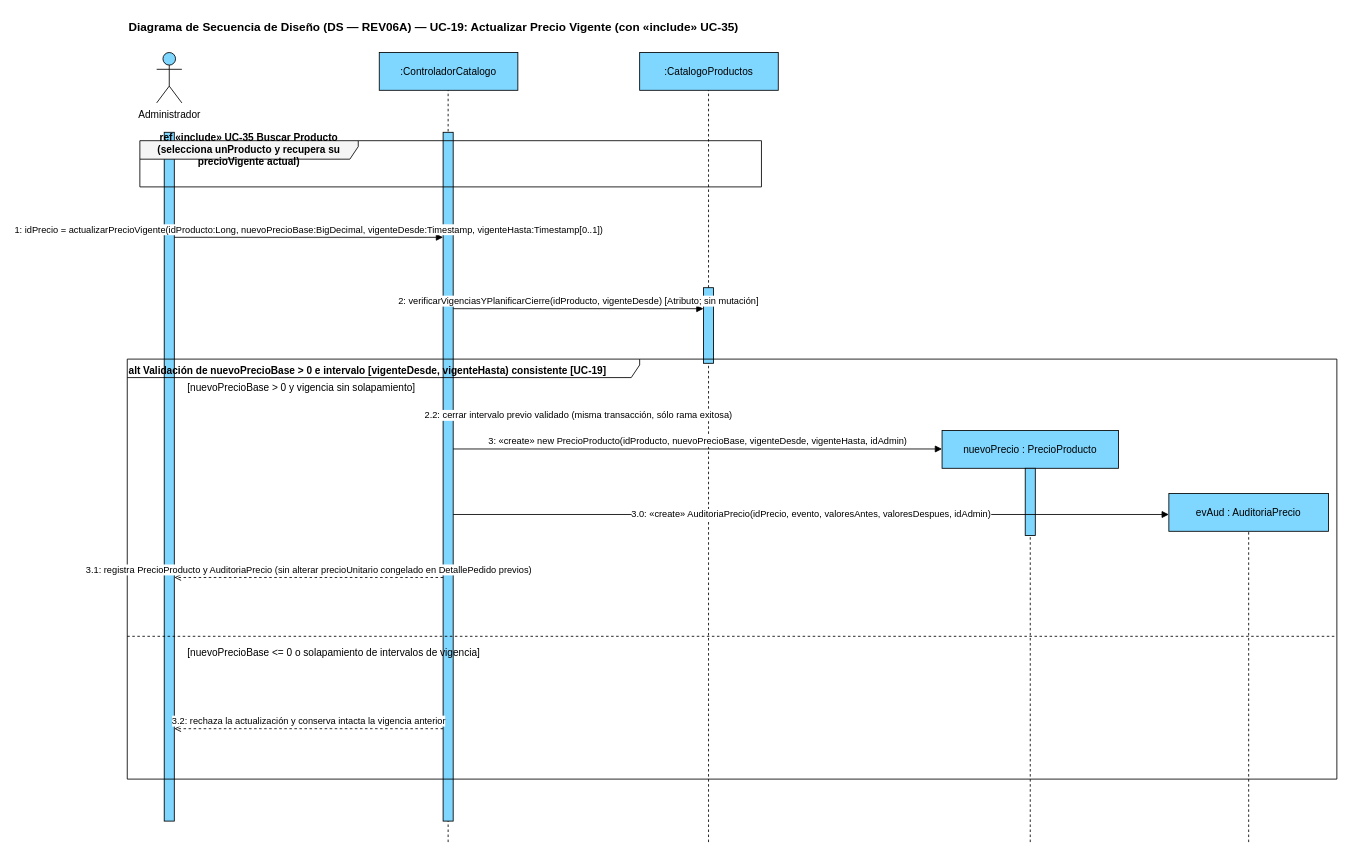
This is page "DS UC-19 Actualizar Precio Vigente (REV06A)" (5 of 9) of docs/08-diagramas/revision/REV06A_COMERCIAL_PROMOCIONES/propuestos/DS_REV06A_COMPLETO_CORREGIDO.drawio.xml from leandrito369/ale-milanesas, a draw.io file, before an edit. Source tidied: cells renumbered, new cells numbered last; positions are measured from the earlier drawing's top-left corner, leaving out a move shared by most shapes. Both pictures are drawn from the tidied source at 84%, with x=0, y=0 at pixel (127, 14).
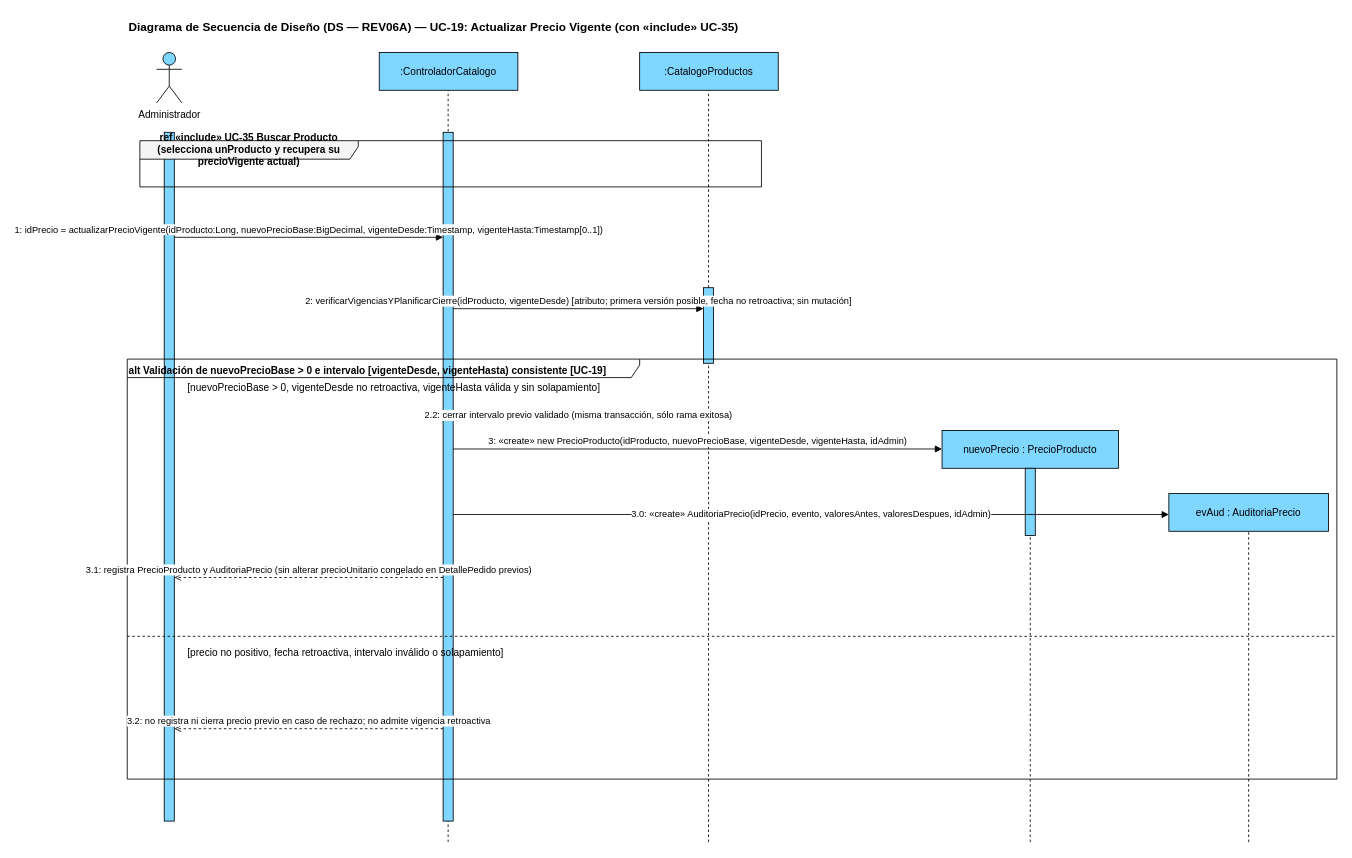
Above is the later version.

What changed in the source:
```diff
@@
-    <mxCell id="16" value="2: verificarVigenciasYPlanificarCierre(idProducto, vigenteDesde) [Atributo; sin mutación]" style="html=1;verticalAlign=bottom;endArrow=block;endFill=1;strokeColor=#000000;" parent="1" edge="1">
+    <mxCell id="16" value="2: verificarVigenciasYPlanificarCierre(idProducto, vigenteDesde) [atributo; primera versión posible, fecha no retroactiva; sin mutación]" style="html=1;verticalAlign=bottom;endArrow=block;endFill=1;strokeColor=#000000;" parent="1" edge="1">
       <mxGeometry relative="1" as="geometry">
         <mxPoint x="388" y="350" as="sourcePoint" />
         <mxPoint x="686" y="350" as="targetPoint" />
       </mxGeometry>
     </mxCell>
@@
-    <mxCell id="18" value="[nuevoPrecioBase &gt; 0 y vigencia sin solapamiento]" style="text;html=1;strokeColor=none;fillColor=none;align=left;verticalAlign=middle;" parent="1" vertex="1">
+    <mxCell id="18" value="[nuevoPrecioBase &gt; 0, vigenteDesde no retroactiva, vigenteHasta válida y sin solapamiento]" style="text;html=1;strokeColor=none;fillColor=none;align=left;verticalAlign=middle;" parent="1" vertex="1">
       <mxGeometry x="70" y="435" width="450" height="20" as="geometry" />
     </mxCell>
@@
-    <mxCell id="22" value="[nuevoPrecioBase &lt;= 0 o solapamiento de intervalos de vigencia]" style="text;html=1;strokeColor=none;fillColor=none;align=left;verticalAlign=middle;" parent="1" vertex="1">
+    <mxCell id="22" value="[precio no positivo, fecha retroactiva, intervalo inválido o solapamiento]" style="text;html=1;strokeColor=none;fillColor=none;align=left;verticalAlign=middle;" parent="1" vertex="1">
       <mxGeometry x="70" y="750" width="520" height="20" as="geometry" />
     </mxCell>
-    <mxCell id="23" value="3.2: rechaza la actualización y conserva intacta la vigencia anterior" style="html=1;verticalAlign=bottom;endArrow=open;dashed=1;endFill=0;strokeColor=#000000;" parent="1" edge="1">
+    <mxCell id="23" value="3.2: no registra ni cierra precio previo en caso de rechazo; no admite vigencia retroactiva" style="html=1;verticalAlign=bottom;endArrow=open;dashed=1;endFill=0;strokeColor=#000000;" parent="1" edge="1">
       <mxGeometry relative="1" as="geometry">
         <mxPoint x="376" y="850" as="sourcePoint" />
         <mxPoint x="56" y="850" as="targetPoint" />
       </mxGeometry>
     </mxCell>
```
